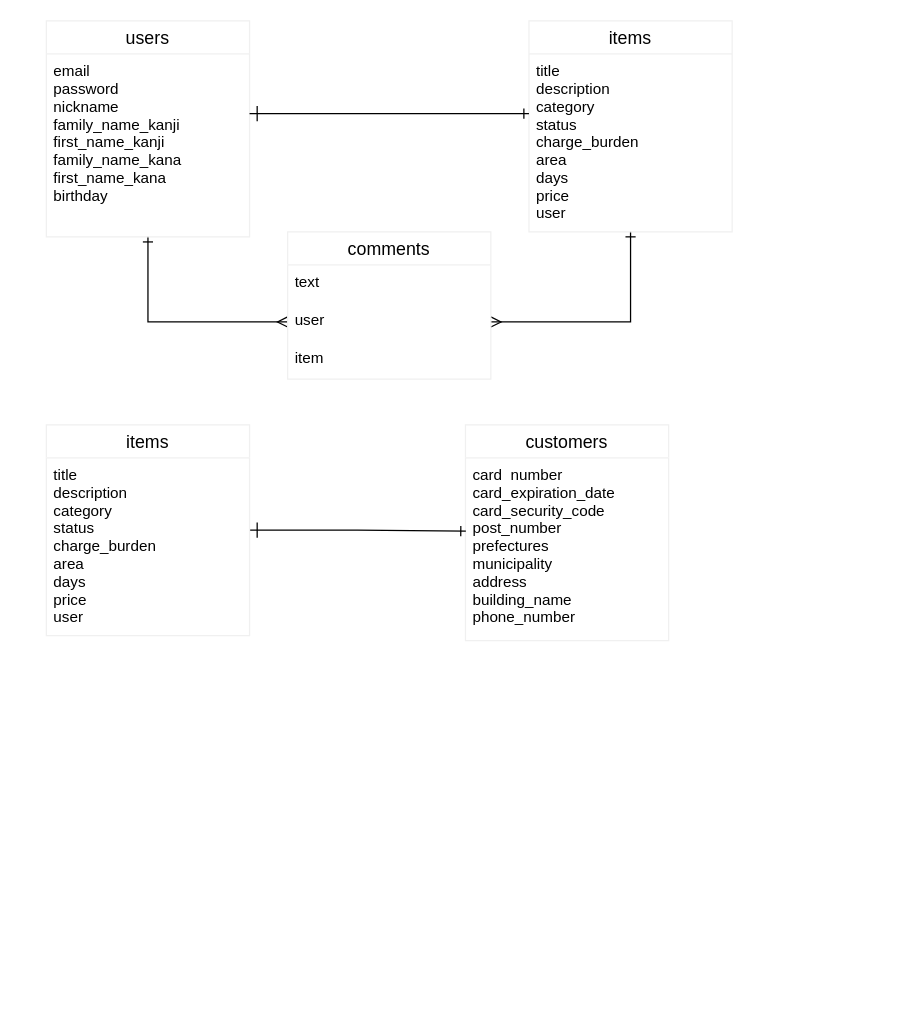
The draw.io diagram furima.dio in kyo-su/furima-35154, before the edit. Source tidied: cells renumbered, new cells numbered last; positions are measured from the earlier drawing's top-left corner, leaving out a move shared by most shapes. Both pictures are drawn from the tidied source at 127%, with x=0, y=0 at pixel (46, 20).
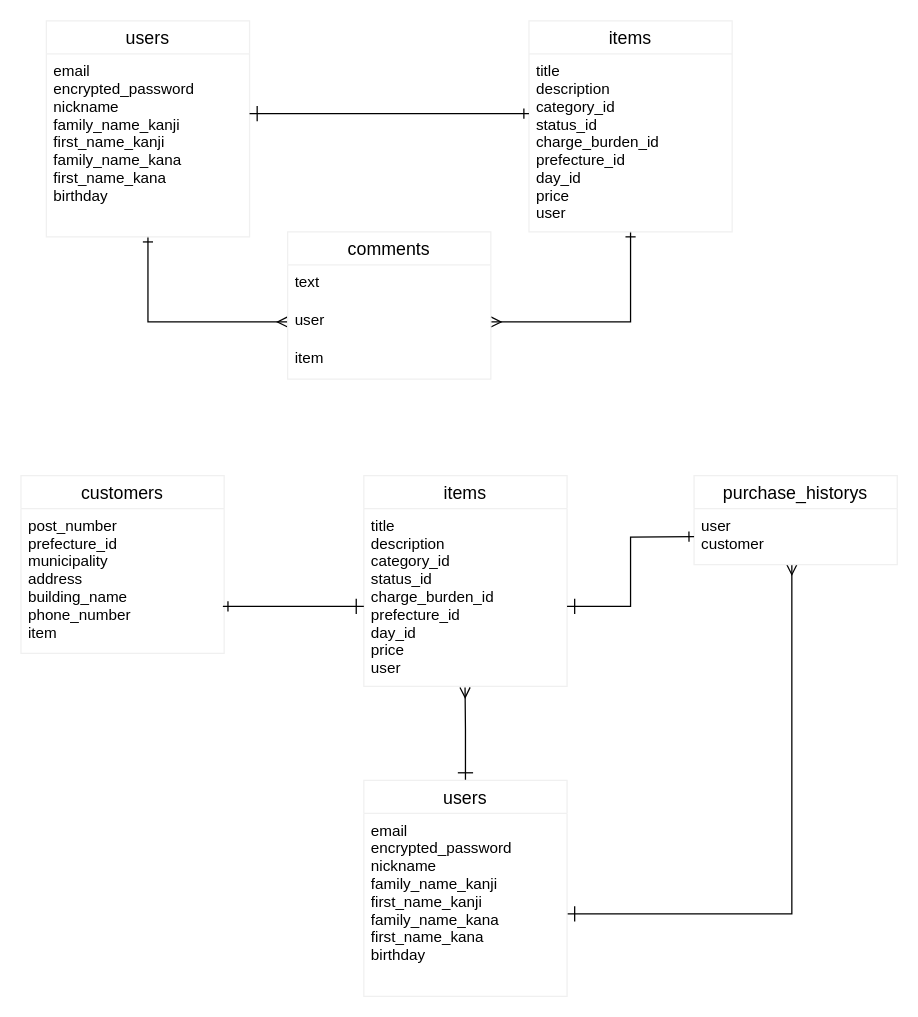
Above is the later version.

Commit message (it also covers changes not shown here):
修正箇所を修正

The change refers to these unchanged cells:
```xml
<mxCell id="3" value="users" style="swimlane;fontStyle=0;horizontal=1;startSize=26;align=center;fontSize=14;strokeColor=#f0f0f0;" parent="1" vertex="1">
  <mxGeometry width="160" height="170" as="geometry" />
</mxCell>
<mxCell id="7" value="items" style="swimlane;fontStyle=0;horizontal=1;startSize=26;align=center;fontSize=14;strokeColor=#f0f0f0;" parent="1" vertex="1">
  <mxGeometry x="380" width="160" height="166" as="geometry" />
</mxCell>
```

What changed in the source:
```diff
@@
-    <mxCell id="5" value="password&#10;nickname&#10;family_name_kanji&#10;first_name_kanji&#10;family_name_kana&#10;first_name_kana&#10;birthday" style="text;strokeColor=none;fillColor=none;spacingLeft=4;spacingRight=4;overflow=hidden;points=[[0,0.5],[1,0.5]];portConstraint=eastwest;fontSize=12;" parent="3" vertex="1">
+    <mxCell id="5" value="encrypted_password&#10;nickname&#10;family_name_kanji&#10;first_name_kanji&#10;family_name_kana&#10;first_name_kana&#10;birthday" style="text;strokeColor=none;fillColor=none;spacingLeft=4;spacingRight=4;overflow=hidden;points=[[0,0.5],[1,0.5]];portConstraint=eastwest;fontSize=12;" parent="3" vertex="1">
       <mxGeometry y="40" width="160" height="130" as="geometry" />
     </mxCell>
@@
-    <mxCell id="9" value="description&#10;category&#10;status&#10;charge_burden&#10;area&#10;days&#10;price&#10;user" style="text;strokeColor=none;fillColor=none;spacingLeft=4;spacingRight=4;overflow=hidden;points=[[0,0.5],[1,0.5]];portConstraint=eastwest;fontSize=12;" parent="7" vertex="1">
+    <mxCell id="9" value="description&#10;category_id&#10;status_id&#10;charge_burden_id&#10;prefecture_id&#10;day_id&#10;price&#10;user" style="text;strokeColor=none;fillColor=none;spacingLeft=4;spacingRight=4;overflow=hidden;points=[[0,0.5],[1,0.5]];portConstraint=eastwest;fontSize=12;" parent="7" vertex="1">
       <mxGeometry y="40" width="160" height="126" as="geometry" />
     </mxCell>
@@
-    <mxCell id="15" value="customers" style="swimlane;fontStyle=0;horizontal=1;startSize=26;align=center;fontSize=14;strokeColor=#f0f0f0;" parent="1" vertex="1">
-      <mxGeometry x="330" y="318" width="160" height="170" as="geometry" />
-    </mxCell>
-    <mxCell id="16" value="card_number" style="text;strokeColor=none;fillColor=none;spacingLeft=4;spacingRight=4;overflow=hidden;fontSize=12;" parent="15" vertex="1">
-      <mxGeometry y="26" width="160" height="14" as="geometry" />
-    </mxCell>
-    <mxCell id="17" value="card_expiration_date&#10;card_security_code&#10;post_number&#10;prefectures&#10;municipality&#10;address&#10;building_name&#10;phone_number&#10;&#10;" style="text;strokeColor=none;fillColor=none;spacingLeft=4;spacingRight=4;overflow=hidden;points=[[0,0.5],[1,0.5]];portConstraint=eastwest;fontSize=12;" parent="15" vertex="1">
-      <mxGeometry y="40" width="160" height="130" as="geometry" />
-    </mxCell>
@@
-    <mxCell id="19" style="edgeStyle=orthogonalEdgeStyle;rounded=0;jumpStyle=none;jettySize=auto;html=1;entryX=0.002;entryY=0.336;entryDx=0;entryDy=0;entryPerimeter=0;startArrow=ERone;startFill=0;endArrow=ERone;endFill=0;startSize=10;sourcePerimeterSpacing=0;" parent="1" edge="1" source="20" target="17">
-      <mxGeometry relative="1" as="geometry" />
+    <mxCell id="19" style="edgeStyle=orthogonalEdgeStyle;rounded=0;jumpStyle=none;orthogonalLoop=1;jettySize=auto;html=1;entryX=0.002;entryY=0.336;entryDx=0;entryDy=0;entryPerimeter=0;startArrow=ERone;startFill=0;endArrow=ERone;endFill=0;startSize=10;sourcePerimeterSpacing=0;" parent="1" edge="1">
+      <mxGeometry relative="1" as="geometry">
+        <mxPoint x="330.3" y="401.7" as="targetPoint" />
+      </mxGeometry>
     </mxCell>
+    <mxCell id="23" style="edgeStyle=orthogonalEdgeStyle;rounded=0;jumpStyle=none;jettySize=auto;html=1;startArrow=ERone;startFill=0;endArrow=ERmany;endFill=0;startSize=10;sourcePerimeterSpacing=0;exitX=1;exitY=0.5;exitDx=0;exitDy=0;" parent="1" edge="1" source="27">
+      <mxGeometry relative="1" as="geometry">
+        <mxPoint x="587" y="428" as="targetPoint" />
+        <Array as="points">
+          <mxPoint x="587" y="703" />
+        </Array>
+      </mxGeometry>
+    </mxCell>
+    <mxCell id="24" style="edgeStyle=orthogonalEdgeStyle;rounded=0;jumpStyle=none;jettySize=auto;html=1;entryX=0.498;entryY=1.006;entryDx=0;entryDy=0;entryPerimeter=0;startArrow=ERone;startFill=0;endArrow=ERmany;endFill=0;startSize=10;sourcePerimeterSpacing=0;" parent="1" edge="1" source="25" target="28">
+      <mxGeometry relative="1" as="geometry">
+        <Array as="points">
+          <mxPoint x="330" y="558" />
+          <mxPoint x="330" y="558" />
+        </Array>
+      </mxGeometry>
+    </mxCell>
+    <mxCell id="25" value="users" style="swimlane;fontStyle=0;horizontal=1;startSize=26;align=center;fontSize=14;strokeColor=#f0f0f0;" parent="1" vertex="1">
+      <mxGeometry x="250" y="598" width="160" height="170" as="geometry" />
+    </mxCell>
+    <mxCell id="26" value="email" style="text;spacingLeft=4;spacingRight=4;overflow=hidden;fontSize=12;" parent="25" vertex="1">
+      <mxGeometry y="26" width="160" height="14" as="geometry" />
+    </mxCell>
+    <mxCell id="27" value="encrypted_password&#10;nickname&#10;family_name_kanji&#10;first_name_kanji&#10;family_name_kana&#10;first_name_kana&#10;birthday" style="text;strokeColor=none;fillColor=none;spacingLeft=4;spacingRight=4;overflow=hidden;points=[[0,0.5],[1,0.5]];portConstraint=eastwest;fontSize=12;" parent="25" vertex="1">
+      <mxGeometry y="40" width="160" height="130" as="geometry" />
+    </mxCell>
     <mxCell id="20" value="items" style="swimlane;fontStyle=0;horizontal=1;startSize=26;align=center;fontSize=14;strokeColor=#f0f0f0;" parent="1" vertex="1">
-      <mxGeometry y="318" width="160" height="166" as="geometry" />
+      <mxGeometry x="250" y="358" width="160" height="166" as="geometry" />
     </mxCell>
@@
-    <mxCell id="22" value="description&#10;category&#10;status&#10;charge_burden&#10;area&#10;days&#10;price&#10;user" style="text;strokeColor=none;fillColor=none;spacingLeft=4;spacingRight=4;overflow=hidden;fontSize=12;" parent="20" vertex="1">
-      <mxGeometry y="40" width="160" height="126" as="geometry" />
-    </mxCell>
+    <mxCell id="28" value="description&#10;category_id&#10;status_id&#10;charge_burden_id&#10;prefecture_id&#10;day_id&#10;price&#10;user" style="text;strokeColor=none;fillColor=none;spacingLeft=4;spacingRight=4;overflow=hidden;points=[[0,0.5],[1,0.5]];portConstraint=eastwest;fontSize=12;" parent="20" vertex="1">
+      <mxGeometry y="40" width="160" height="126" as="geometry" />
+    </mxCell>
+    <mxCell id="29" value="purchase_historys" style="swimlane;fontStyle=0;horizontal=1;startSize=26;align=center;fontSize=14;strokeColor=#f0f0f0;" parent="1" vertex="1">
+      <mxGeometry x="510" y="358" width="160" height="70" as="geometry" />
+    </mxCell>
+    <mxCell id="30" value="user&#10;customer" style="text;strokeColor=none;fillColor=none;spacingLeft=4;spacingRight=4;overflow=hidden;fontSize=12;" parent="29" vertex="1">
+      <mxGeometry y="26" width="160" height="44" as="geometry" />
+    </mxCell>
+    <mxCell id="15" value="customers" style="swimlane;fontStyle=0;horizontal=1;startSize=26;align=center;fontSize=14;strokeColor=#f0f0f0;" parent="1" vertex="1">
+      <mxGeometry x="-20" y="358" width="160" height="140" as="geometry" />
+    </mxCell>
+    <mxCell id="31" value="post_number&#10;prefecture_id&#10;municipality&#10;address&#10;building_name&#10;phone_number&#10;item" style="text;strokeColor=none;fillColor=none;spacingLeft=4;spacingRight=4;overflow=hidden;fontSize=12;" parent="15" vertex="1">
+      <mxGeometry y="26" width="160" height="114" as="geometry" />
+    </mxCell>
+    <mxCell id="32" style="edgeStyle=orthogonalEdgeStyle;rounded=0;jumpStyle=none;jettySize=auto;html=1;entryX=0;entryY=0.5;entryDx=0;entryDy=0;startArrow=ERone;startFill=0;endArrow=ERone;endFill=0;startSize=10;sourcePerimeterSpacing=0;" parent="1" edge="1" source="28">
+      <mxGeometry relative="1" as="geometry">
+        <mxPoint x="510" y="406" as="targetPoint" />
+      </mxGeometry>
+    </mxCell>
+    <mxCell id="33" style="edgeStyle=orthogonalEdgeStyle;rounded=0;jumpStyle=none;jettySize=auto;html=1;startArrow=ERone;startFill=0;endArrow=ERone;endFill=0;startSize=10;sourcePerimeterSpacing=0;" parent="1" edge="1" source="28">
+      <mxGeometry relative="1" as="geometry">
+        <mxPoint x="139" y="461" as="targetPoint" />
+      </mxGeometry>
+    </mxCell>
```
